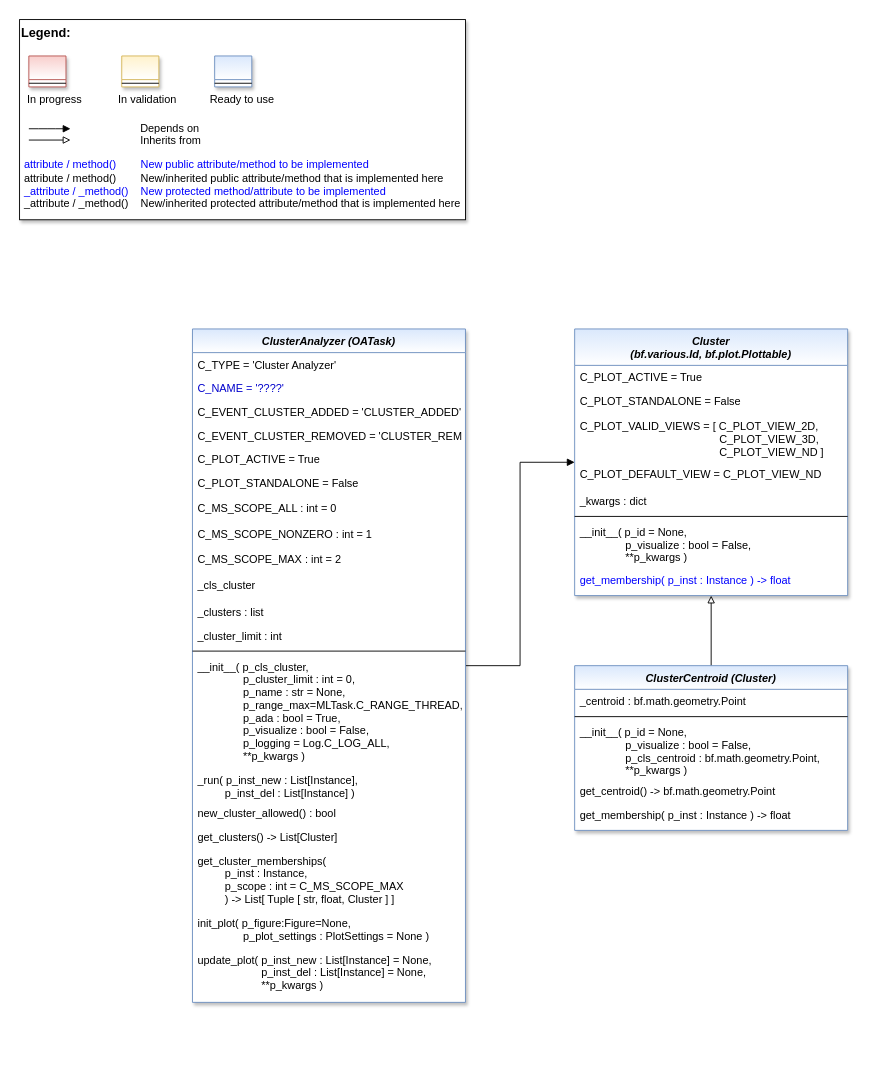
This is doc/rtd/content/99_appendices/appendix2/sub/core/mlpro_oa/streams/tasks/images/MLPro-OA-Cluster_Analyzers_class_diagram.drawio from fhswf/MLPro, a draw.io file, before an edit. Source tidied: cells renumbered, new cells numbered last; positions are measured from the earlier drawing's top-left corner, leaving out a move shared by most shapes. Both pictures are drawn from the tidied source at 91%, with x=0, y=0 at pixel (19, 19).
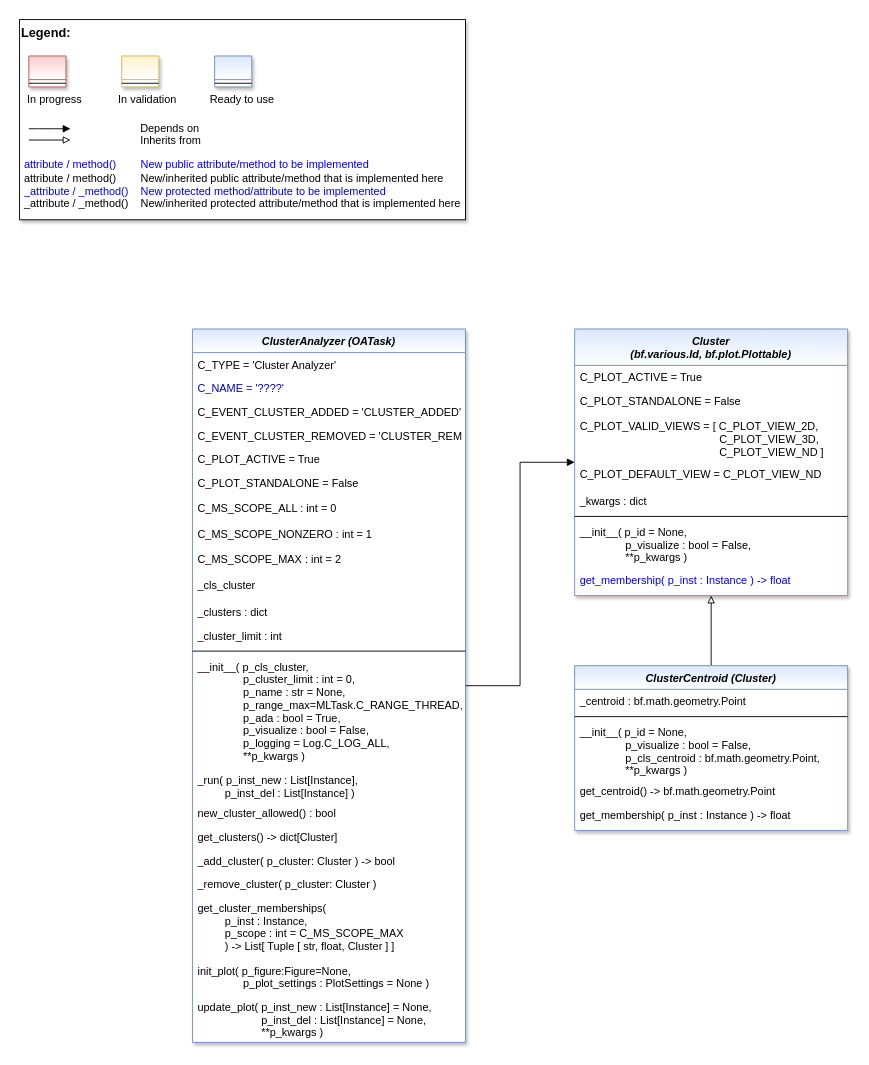
The same page after the edit.

Change to the diagram source:
```diff
@@
     <mxCell id="13" value="ClusterAnalyzer (OATask)" style="swimlane;fontStyle=3;align=center;verticalAlign=top;horizontal=1;startSize=26;rounded=0;shadow=1;strokeWidth=1;fillColor=#dae8fc;strokeColor=#6c8ebf;swimlaneFillColor=#ffffff;gradientColor=#FFFFFF;" parent="1" vertex="1">
-      <mxGeometry x="190" y="340" width="300" height="740" as="geometry" />
+      <mxGeometry x="190" y="340" width="300" height="784" as="geometry" />
     </mxCell>
@@
-    <mxCell id="24" value="_clusters : list" style="text;align=left;verticalAlign=top;spacingLeft=4;spacingRight=4;overflow=hidden;fontColor=default;" parent="13" vertex="1">
+    <mxCell id="24" value="_clusters : dict" style="text;align=left;verticalAlign=top;spacingLeft=4;spacingRight=4;overflow=hidden;fontColor=default;" parent="13" vertex="1">
       <mxGeometry y="298" width="300" height="26" as="geometry" />
     </mxCell>
@@
-    <mxCell id="30" value="get_clusters() -&gt; List[Cluster]" style="text;align=left;verticalAlign=top;spacingLeft=4;spacingRight=4;overflow=hidden;fontColor=default;" parent="13" vertex="1">
+    <mxCell id="30" value="get_clusters() -&gt; dict[Cluster]" style="text;align=left;verticalAlign=top;spacingLeft=4;spacingRight=4;overflow=hidden;fontColor=default;" parent="13" vertex="1">
       <mxGeometry y="545" width="300" height="26" as="geometry" />
     </mxCell>
+    <mxCell id="50" value="_add_cluster( p_cluster: Cluster ) -&gt; bool" style="text;align=left;verticalAlign=top;spacingLeft=4;spacingRight=4;overflow=hidden;fontColor=default;" parent="13" vertex="1">
+      <mxGeometry y="571" width="300" height="26" as="geometry" />
+    </mxCell>
+    <mxCell id="51" value="_remove_cluster( p_cluster: Cluster )" style="text;align=left;verticalAlign=top;spacingLeft=4;spacingRight=4;overflow=hidden;fontColor=default;" parent="13" vertex="1">
+      <mxGeometry y="597" width="300" height="26" as="geometry" />
+    </mxCell>
     <mxCell id="31" value="get_cluster_memberships( &#10;         p_inst : Instance,&#10;         p_scope : int = C_MS_SCOPE_MAX&#10;         ) -&gt; List[ Tuple [ str, float, Cluster ] ]" style="text;align=left;verticalAlign=top;spacingLeft=4;spacingRight=4;overflow=hidden;fontColor=default;" parent="13" vertex="1">
-      <mxGeometry y="571" width="300" height="69" as="geometry" />
+      <mxGeometry y="623" width="300" height="69" as="geometry" />
     </mxCell>
     <mxCell id="32" value="init_plot( p_figure:Figure=None, &#10;               p_plot_settings : PlotSettings = None )" style="text;align=left;verticalAlign=top;spacingLeft=4;spacingRight=4;overflow=hidden;fontColor=default;" parent="13" vertex="1">
-      <mxGeometry y="640" width="300" height="40" as="geometry" />
+      <mxGeometry y="692" width="300" height="40" as="geometry" />
     </mxCell>
     <mxCell id="33" value="update_plot( p_inst_new : List[Instance] = None, &#10;                     p_inst_del : List[Instance] = None,&#10;                     **p_kwargs )" style="text;align=left;verticalAlign=top;spacingLeft=4;spacingRight=4;overflow=hidden;fontColor=default;" parent="13" vertex="1">
-      <mxGeometry y="680" width="300" height="52" as="geometry" />
+      <mxGeometry y="732" width="300" height="52" as="geometry" />
     </mxCell>
```
